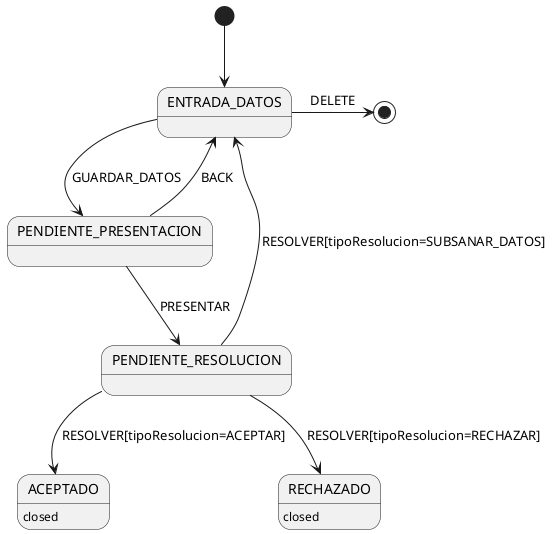
Above: src/main/java/com/educaflow/tramites/profesores/justificacion_falta_profesorado/actual/v1/estados.png in educaflow/secretaria-virtual (PlantUML), before the change.
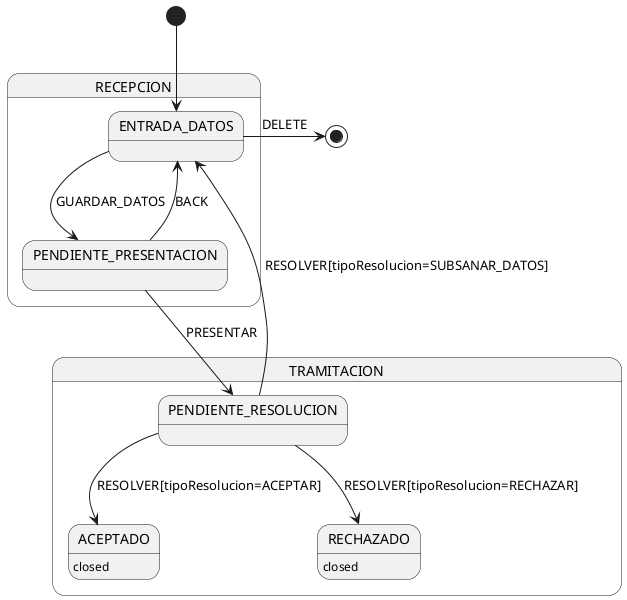
Later version of the same file.

Change to the diagram source:
```diff
@@ -1,15 +1,26 @@
 @startuml
 
-[*] --> ENTRADA_DATOS
-ENTRADA_DATOS -> [*] : DELETE
-ENTRADA_DATOS --> PENDIENTE_PRESENTACION : GUARDAR_DATOS
-PENDIENTE_PRESENTACION --> ENTRADA_DATOS : BACK
-PENDIENTE_PRESENTACION --> PENDIENTE_RESOLUCION : PRESENTAR
-PENDIENTE_RESOLUCION --> ENTRADA_DATOS : RESOLVER[tipoResolucion=SUBSANAR_DATOS]
-PENDIENTE_RESOLUCION --> ACEPTADO : RESOLVER[tipoResolucion=ACEPTAR]
-PENDIENTE_RESOLUCION --> RECHAZADO : RESOLVER[tipoResolucion=RECHAZAR]
+state RECEPCION {
+    state "ENTRADA_DATOS" as RECEPCION_ENTRADA_DATOS
+    state "PENDIENTE_PRESENTACION" as RECEPCION_PENDIENTE_PRESENTACION
+}
 
-ACEPTADO : closed
-RECHAZADO : closed
+state TRAMITACION {
+    state "PENDIENTE_RESOLUCION" as TRAMITACION_PENDIENTE_RESOLUCION
+    state "ACEPTADO" as TRAMITACION_ACEPTADO
+    state "RECHAZADO" as TRAMITACION_RECHAZADO
+}
+
+[*] --> RECEPCION_ENTRADA_DATOS
+RECEPCION_ENTRADA_DATOS -> [*] : DELETE
+RECEPCION_ENTRADA_DATOS --> RECEPCION_PENDIENTE_PRESENTACION : GUARDAR_DATOS
+RECEPCION_PENDIENTE_PRESENTACION --> RECEPCION_ENTRADA_DATOS : BACK
+RECEPCION_PENDIENTE_PRESENTACION --> TRAMITACION_PENDIENTE_RESOLUCION : PRESENTAR
+TRAMITACION_PENDIENTE_RESOLUCION --> RECEPCION_ENTRADA_DATOS : RESOLVER[tipoResolucion=SUBSANAR_DATOS]
+TRAMITACION_PENDIENTE_RESOLUCION --> TRAMITACION_ACEPTADO : RESOLVER[tipoResolucion=ACEPTAR]
+TRAMITACION_PENDIENTE_RESOLUCION --> TRAMITACION_RECHAZADO : RESOLVER[tipoResolucion=RECHAZAR]
+
+TRAMITACION_ACEPTADO : closed
+TRAMITACION_RECHAZADO : closed
 
 @enduml
```
